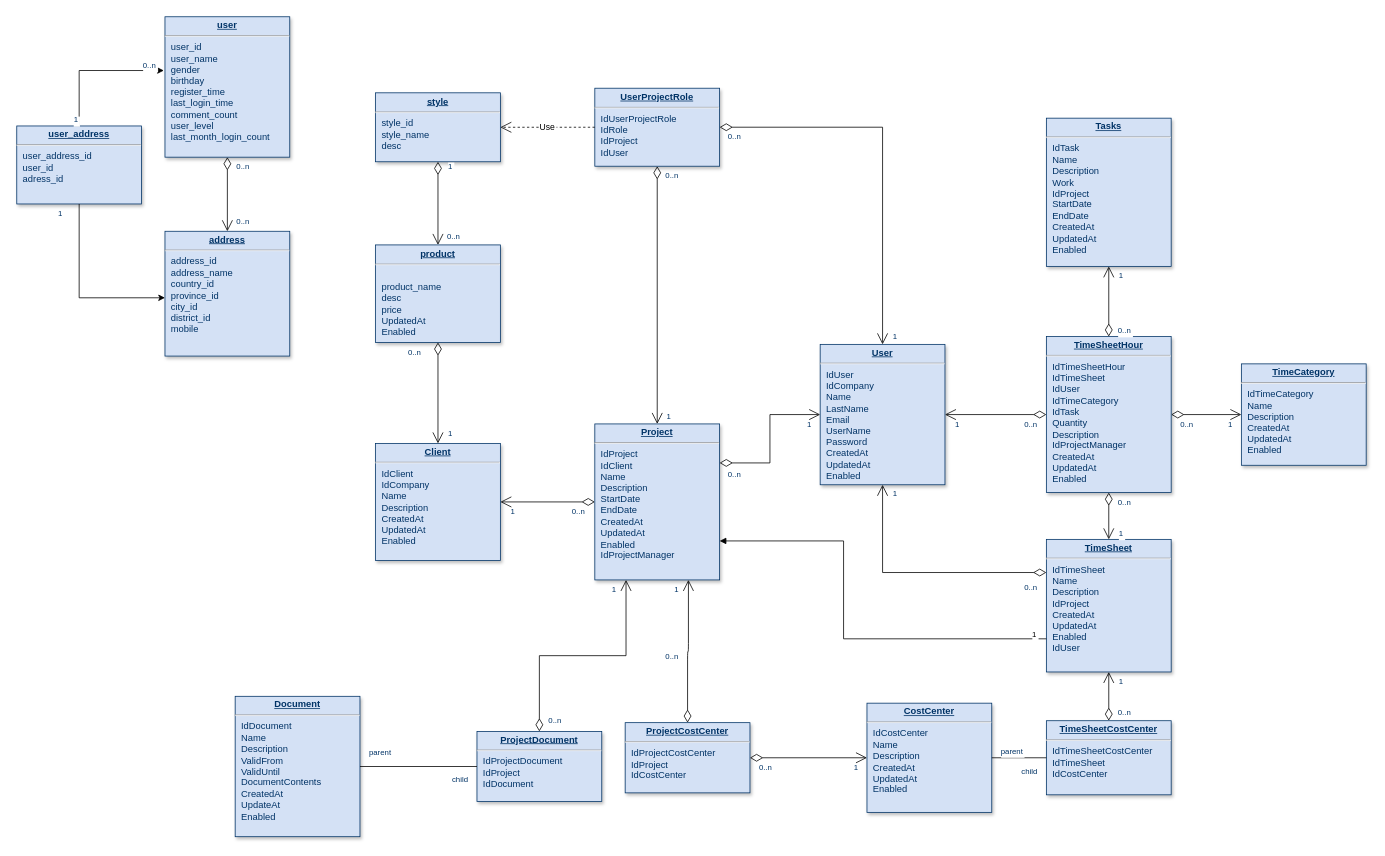
Earlier version of the draw.io diagram 未命名绘图.drawio (zckhub/brush). Source tidied: cells renumbered, new cells numbered last; positions are measured from the earlier drawing's top-left corner, leaving out a move shared by most shapes. Both pictures are drawn from the tidied source at 78%, with x=0, y=0 at pixel (16, 16).
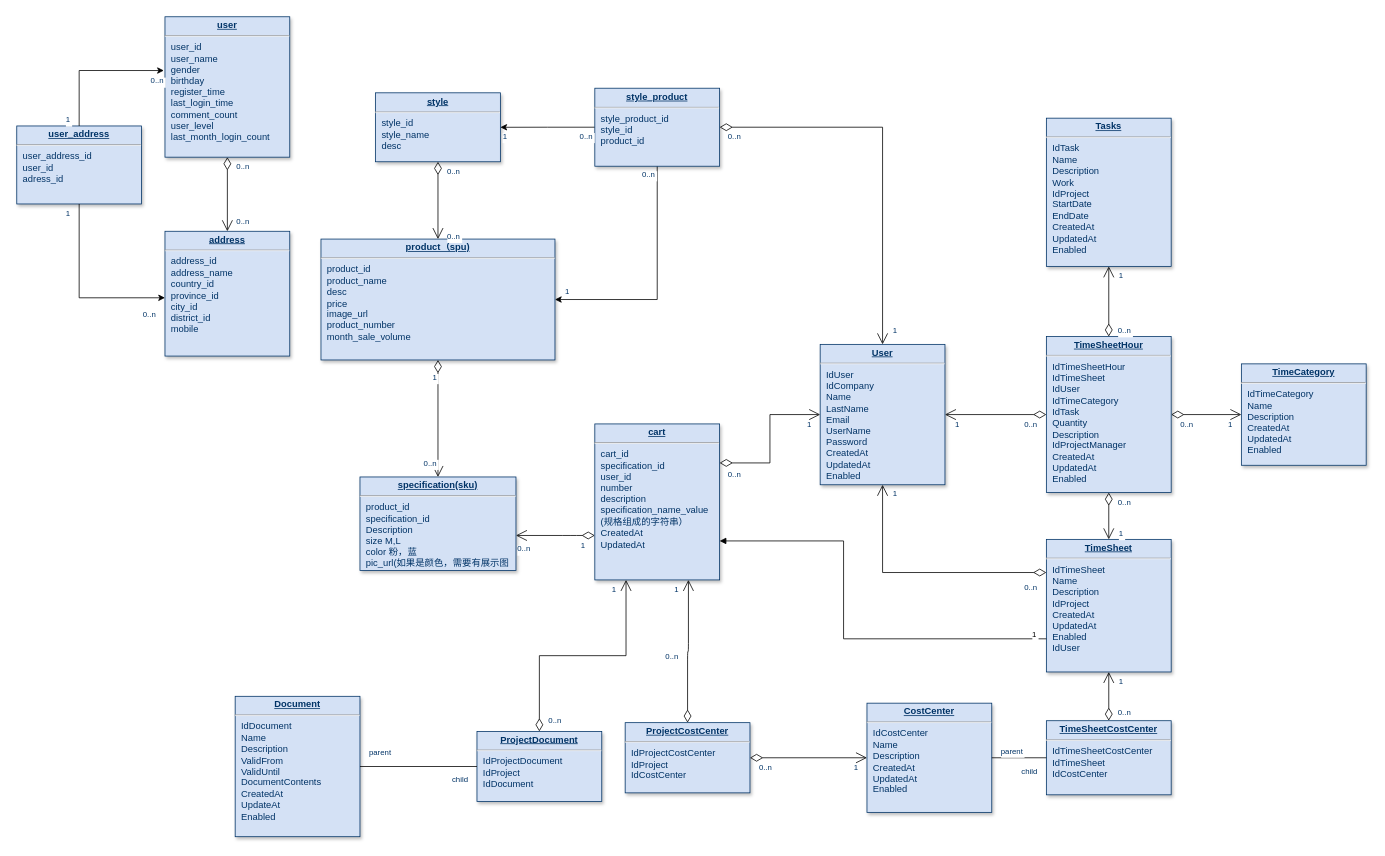
Above is the later version.

The change refers to these unchanged cells:
```xml
<mxCell id="2" value="&lt;p style=&quot;margin: 0px; margin-top: 4px; text-align: center; text-decoration: underline;&quot;&gt;&lt;strong&gt;style&lt;/strong&gt;&lt;/p&gt;&lt;hr&gt;&lt;p style=&quot;margin: 0px; margin-left: 8px;&quot;&gt;style_id&lt;br&gt;style_name&lt;/p&gt;&lt;p style=&quot;margin: 0px; margin-left: 8px;&quot;&gt;desc&lt;/p&gt;&lt;p style=&quot;margin: 0px; margin-left: 8px;&quot;&gt;&lt;br&gt;&lt;/p&gt;&lt;p style=&quot;margin: 0px; margin-left: 8px;&quot;&gt;&lt;br&gt;&lt;/p&gt;" style="verticalAlign=top;align=left;overflow=fill;fontSize=12;fontFamily=Helvetica;html=1;strokeColor=#003366;shadow=1;fillColor=#D4E1F5;fontColor=#003366;" parent="1" vertex="1">
  <mxGeometry x="460" y="97.5" width="160" height="88.4" as="geometry" />
</mxCell>
<mxCell id="22" style="endArrow=open;endSize=12;startArrow=diamondThin;startSize=14;startFill=0;edgeStyle=orthogonalEdgeStyle;rounded=0;" parent="1" edge="1" source="6" target="5">
  <mxGeometry x="519.4" y="180" as="geometry" />
</mxCell>
<mxCell id="58" style="endArrow=open;endSize=12;startArrow=diamondThin;startSize=14;startFill=0;edgeStyle=orthogonalEdgeStyle;" parent="1" edge="1" source="3" target="7">
  <mxGeometry x="519.4" y="200" as="geometry" />
</mxCell>
```

Change to the diagram source:
```diff
@@
-    <mxCell id="3" value="&lt;p style=&quot;margin: 0px; margin-top: 4px; text-align: center; text-decoration: underline;&quot;&gt;&lt;strong&gt;product&lt;/strong&gt;&lt;/p&gt;&lt;hr&gt;&lt;p style=&quot;margin: 0px; margin-left: 8px;&quot;&gt;&lt;span style=&quot;background-color: initial;&quot;&gt;&lt;br&gt;&lt;/span&gt;&lt;/p&gt;&lt;p style=&quot;margin: 0px; margin-left: 8px;&quot;&gt;&lt;span style=&quot;background-color: initial;&quot;&gt;product_name&lt;/span&gt;&lt;/p&gt;&lt;p style=&quot;margin: 0px; margin-left: 8px;&quot;&gt;&lt;span style=&quot;background-color: initial;&quot;&gt;desc&lt;/span&gt;&lt;br&gt;&lt;/p&gt;&lt;p style=&quot;margin: 0px; margin-left: 8px;&quot;&gt;&lt;span style=&quot;background-color: initial;&quot;&gt;price&lt;/span&gt;&lt;/p&gt;&lt;p style=&quot;margin: 0px; margin-left: 8px;&quot;&gt;&lt;span style=&quot;background-color: initial;&quot;&gt;UpdatedAt&lt;/span&gt;&lt;br&gt;&lt;/p&gt;&lt;p style=&quot;margin: 0px; margin-left: 8px;&quot;&gt;Enabled&lt;/p&gt;" style="verticalAlign=top;align=left;overflow=fill;fontSize=12;fontFamily=Helvetica;html=1;strokeColor=#003366;shadow=1;fillColor=#D4E1F5;fontColor=#003366;" parent="1" vertex="1">
-      <mxGeometry x="460" y="292.5" width="160" height="125" as="geometry" />
+    <mxCell id="3" value="&lt;p style=&quot;margin: 0px; margin-top: 4px; text-align: center; text-decoration: underline;&quot;&gt;&lt;strong&gt;product（spu)&lt;/strong&gt;&lt;/p&gt;&lt;hr&gt;&lt;p style=&quot;margin: 0px; margin-left: 8px;&quot;&gt;&lt;span style=&quot;background-color: initial;&quot;&gt;product_id&lt;/span&gt;&lt;/p&gt;&lt;p style=&quot;margin: 0px; margin-left: 8px;&quot;&gt;&lt;span style=&quot;background-color: initial;&quot;&gt;product_name&lt;/span&gt;&lt;/p&gt;&lt;p style=&quot;margin: 0px; margin-left: 8px;&quot;&gt;&lt;span style=&quot;background-color: initial;&quot;&gt;desc&lt;/span&gt;&lt;br&gt;&lt;/p&gt;&lt;p style=&quot;margin: 0px; margin-left: 8px;&quot;&gt;&lt;span style=&quot;background-color: initial;&quot;&gt;price&lt;/span&gt;&lt;/p&gt;&lt;p style=&quot;margin: 0px; margin-left: 8px;&quot;&gt;&lt;span style=&quot;background-color: initial;&quot;&gt;image_url&lt;/span&gt;&lt;br&gt;&lt;/p&gt;&lt;p style=&quot;margin: 0px; margin-left: 8px;&quot;&gt;&lt;span style=&quot;background-color: initial;&quot;&gt;product_number&lt;/span&gt;&lt;/p&gt;&lt;p style=&quot;margin: 0px; margin-left: 8px;&quot;&gt;&lt;span style=&quot;background-color: initial;&quot;&gt;month_sale_volume&lt;br&gt;&lt;/span&gt;&lt;/p&gt;&lt;p style=&quot;margin: 0px; margin-left: 8px;&quot;&gt;&lt;span style=&quot;background-color: initial;&quot;&gt;&lt;br&gt;&lt;/span&gt;&lt;/p&gt;" style="verticalAlign=top;align=left;overflow=fill;fontSize=12;fontFamily=Helvetica;html=1;strokeColor=#003366;shadow=1;fillColor=#D4E1F5;fontColor=#003366;" parent="1" vertex="1">
+      <mxGeometry x="390" y="285" width="300" height="155" as="geometry" />
     </mxCell>
@@
+    <mxCell id="66" style="edgeStyle=orthogonalEdgeStyle;rounded=0;jettySize=auto;html=1;exitX=0;exitY=0.5;exitDx=0;exitDy=0;entryX=1;entryY=0.5;entryDx=0;entryDy=0;" parent="1" edge="1" source="6" target="2">
+      <mxGeometry relative="1" as="geometry" />
+    </mxCell>
+    <mxCell id="82" style="edgeStyle=orthogonalEdgeStyle;rounded=0;jettySize=auto;html=1;exitX=0.5;exitY=1;exitDx=0;exitDy=0;entryX=1;entryY=0.5;entryDx=0;entryDy=0;" parent="1" edge="1" source="6" target="3">
+      <mxGeometry relative="1" as="geometry" />
+    </mxCell>
-    <mxCell id="6" value="&lt;p style=&quot;margin: 0px; margin-top: 4px; text-align: center; text-decoration: underline;&quot;&gt;&lt;strong&gt;UserProjectRole&lt;/strong&gt;&lt;/p&gt;&lt;hr /&gt;&lt;p style=&quot;margin: 0px; margin-left: 8px;&quot;&gt;IdUserProjectRole&lt;/p&gt;&lt;p style=&quot;margin: 0px; margin-left: 8px;&quot;&gt;IdRole&lt;/p&gt;&lt;p style=&quot;margin: 0px; margin-left: 8px;&quot;&gt;IdProject&lt;/p&gt;&lt;p style=&quot;margin: 0px; margin-left: 8px;&quot;&gt;IdUser&lt;/p&gt;" style="verticalAlign=top;align=left;overflow=fill;fontSize=12;fontFamily=Helvetica;html=1;strokeColor=#003366;shadow=1;fillColor=#D4E1F5;fontColor=#003366;" parent="1" vertex="1">
+    <mxCell id="6" value="&lt;p style=&quot;margin: 0px; margin-top: 4px; text-align: center; text-decoration: underline;&quot;&gt;&lt;b&gt;style_product&lt;/b&gt;&lt;/p&gt;&lt;hr&gt;&lt;p style=&quot;margin: 0px; margin-left: 8px;&quot;&gt;style_product_id&lt;/p&gt;&lt;p style=&quot;margin: 0px; margin-left: 8px;&quot;&gt;style_id&lt;/p&gt;&lt;p style=&quot;margin: 0px; margin-left: 8px;&quot;&gt;product_id&lt;/p&gt;&lt;p style=&quot;margin: 0px; margin-left: 8px;&quot;&gt;&lt;br&gt;&lt;/p&gt;" style="verticalAlign=top;align=left;overflow=fill;fontSize=12;fontFamily=Helvetica;html=1;strokeColor=#003366;shadow=1;fillColor=#D4E1F5;fontColor=#003366;" parent="1" vertex="1">
       <mxGeometry x="741.1" y="91.6" width="160" height="100" as="geometry" />
     </mxCell>
-    <mxCell id="7" value="&lt;p style=&quot;margin: 0px; margin-top: 4px; text-align: center; text-decoration: underline;&quot;&gt;&lt;strong&gt;Client&lt;/strong&gt;&lt;/p&gt;&lt;hr /&gt;&lt;p style=&quot;margin: 0px; margin-left: 8px;&quot;&gt;IdClient&lt;/p&gt;&lt;p style=&quot;margin: 0px; margin-left: 8px;&quot;&gt;IdCompany&lt;/p&gt;&lt;p style=&quot;margin: 0px; margin-left: 8px;&quot;&gt;Name&lt;/p&gt;&lt;p style=&quot;margin: 0px; margin-left: 8px;&quot;&gt;Description&lt;/p&gt;&lt;p style=&quot;margin: 0px; margin-left: 8px;&quot;&gt;CreatedAt&lt;/p&gt;&lt;p style=&quot;margin: 0px; margin-left: 8px;&quot;&gt;UpdatedAt&lt;/p&gt;&lt;p style=&quot;margin: 0px; margin-left: 8px;&quot;&gt;Enabled&lt;/p&gt;" style="verticalAlign=top;align=left;overflow=fill;fontSize=12;fontFamily=Helvetica;html=1;strokeColor=#003366;shadow=1;fillColor=#D4E1F5;fontColor=#003366;" parent="1" vertex="1">
-      <mxGeometry x="460" y="547" width="160" height="150" as="geometry" />
+    <mxCell id="7" value="&lt;p style=&quot;margin: 0px; margin-top: 4px; text-align: center; text-decoration: underline;&quot;&gt;&lt;b&gt;specification(sku)&lt;/b&gt;&lt;/p&gt;&lt;hr&gt;&lt;p style=&quot;margin: 0px; margin-left: 8px;&quot;&gt;&lt;span style=&quot;background-color: initial;&quot;&gt;product_id&lt;/span&gt;&lt;/p&gt;&lt;p style=&quot;margin: 0px; margin-left: 8px;&quot;&gt;&lt;span style=&quot;background-color: initial;&quot;&gt;specification_id&lt;/span&gt;&lt;br&gt;&lt;/p&gt;&lt;p style=&quot;margin: 0px; margin-left: 8px;&quot;&gt;&lt;span style=&quot;background-color: initial;&quot;&gt;Description&lt;/span&gt;&lt;br&gt;&lt;/p&gt;&lt;p style=&quot;margin: 0px; margin-left: 8px;&quot;&gt;size M,L&lt;/p&gt;&lt;p style=&quot;margin: 0px; margin-left: 8px;&quot;&gt;color 粉，蓝&lt;/p&gt;&lt;p style=&quot;margin: 0px; margin-left: 8px;&quot;&gt;pic_url(如果是颜色，需要有展示图&lt;/p&gt;&lt;p style=&quot;margin: 0px; margin-left: 8px;&quot;&gt;&lt;br&gt;&lt;/p&gt;" style="verticalAlign=top;align=left;overflow=fill;fontSize=12;fontFamily=Helvetica;html=1;strokeColor=#003366;shadow=1;fillColor=#D4E1F5;fontColor=#003366;" parent="1" vertex="1">
+      <mxGeometry x="440" y="590" width="200" height="120" as="geometry" />
     </mxCell>
@@
-    <mxCell id="12" value="&lt;p style=&quot;margin: 0px; margin-top: 4px; text-align: center; text-decoration: underline;&quot;&gt;&lt;strong&gt;Project&lt;/strong&gt;&lt;/p&gt;&lt;hr /&gt;&lt;p style=&quot;margin: 0px; margin-left: 8px;&quot;&gt;IdProject&lt;/p&gt;&lt;p style=&quot;margin: 0px; margin-left: 8px;&quot;&gt;IdClient&lt;/p&gt;&lt;p style=&quot;margin: 0px; margin-left: 8px;&quot;&gt;Name&lt;/p&gt;&lt;p style=&quot;margin: 0px; margin-left: 8px;&quot;&gt;Description&lt;/p&gt;&lt;p style=&quot;margin: 0px; margin-left: 8px;&quot;&gt;StartDate&lt;/p&gt;&lt;p style=&quot;margin: 0px; margin-left: 8px;&quot;&gt;EndDate&lt;/p&gt;&lt;p style=&quot;margin: 0px; margin-left: 8px;&quot;&gt;CreatedAt&lt;/p&gt;&lt;p style=&quot;margin: 0px; margin-left: 8px;&quot;&gt;UpdatedAt&lt;/p&gt;&lt;p style=&quot;margin: 0px; margin-left: 8px;&quot;&gt;Enabled&lt;br /&gt;IdProjectManager&lt;/p&gt;" style="verticalAlign=top;align=left;overflow=fill;fontSize=12;fontFamily=Helvetica;html=1;strokeColor=#003366;shadow=1;fillColor=#D4E1F5;fontColor=#003366;" parent="1" vertex="1">
+    <mxCell id="12" value="&lt;p style=&quot;margin: 0px; margin-top: 4px; text-align: center; text-decoration: underline;&quot;&gt;&lt;b&gt;cart&lt;/b&gt;&lt;/p&gt;&lt;hr&gt;&lt;p style=&quot;margin: 0px; margin-left: 8px;&quot;&gt;cart_id&lt;/p&gt;&lt;p style=&quot;margin: 0px 0px 0px 8px;&quot;&gt;&lt;span style=&quot;background-color: initial;&quot;&gt;specification_id&lt;/span&gt;&lt;/p&gt;&lt;p style=&quot;margin: 0px; margin-left: 8px;&quot;&gt;user_id&lt;/p&gt;&lt;p style=&quot;margin: 0px; margin-left: 8px;&quot;&gt;number&lt;/p&gt;&lt;p style=&quot;margin: 0px; margin-left: 8px;&quot;&gt;description&lt;/p&gt;&lt;p style=&quot;margin: 0px; margin-left: 8px;&quot;&gt;specification_name_value&lt;br&gt;&lt;/p&gt;&lt;p style=&quot;margin: 0px; margin-left: 8px;&quot;&gt;(规格组成的字符串）&lt;/p&gt;&lt;p style=&quot;margin: 0px; margin-left: 8px;&quot;&gt;CreatedAt&lt;/p&gt;&lt;p style=&quot;margin: 0px; margin-left: 8px;&quot;&gt;UpdatedAt&lt;/p&gt;&lt;p style=&quot;margin: 0px; margin-left: 8px;&quot;&gt;&lt;br&gt;&lt;/p&gt;" style="verticalAlign=top;align=left;overflow=fill;fontSize=12;fontFamily=Helvetica;html=1;strokeColor=#003366;shadow=1;fillColor=#D4E1F5;fontColor=#003366;" parent="1" vertex="1">
       <mxGeometry x="741.1" y="522" width="160" height="200" as="geometry" />
     </mxCell>
@@
     <mxCell id="24" value="1" style="align=right;verticalAlign=top;labelBackgroundColor=#ffffff;fontSize=10;strokeColor=#003366;shadow=1;fillColor=#D4E1F5;fontColor=#003366;" parent="22" vertex="1">
       <mxGeometry x="1" relative="1" as="geometry">
-        <mxPoint x="-550" y="-240" as="offset" />
+        <mxPoint x="-400" y="-80" as="offset" />
       </mxGeometry>
     </mxCell>
@@
-    <mxCell id="28" style="endArrow=open;endSize=12;startArrow=diamondThin;startSize=14;startFill=0;edgeStyle=orthogonalEdgeStyle;" parent="1" edge="1" source="6" target="12">
-      <mxGeometry x="389.4" y="350" as="geometry" />
-    </mxCell>
-    <mxCell id="29" value="0..n" style="align=left;verticalAlign=top;labelBackgroundColor=#ffffff;fontSize=10;strokeColor=#003366;shadow=1;fillColor=#D4E1F5;fontColor=#003366;" parent="28" vertex="1">
-      <mxGeometry x="-1" relative="1" as="geometry">
-        <mxPoint x="8.9" as="offset" />
-      </mxGeometry>
-    </mxCell>
-    <mxCell id="30" value="1" style="align=right;verticalAlign=top;labelBackgroundColor=#ffffff;fontSize=10;strokeColor=#003366;shadow=1;fillColor=#D4E1F5;fontColor=#003366;" parent="28" vertex="1">
-      <mxGeometry x="1" relative="1" as="geometry">
-        <mxPoint x="18.9" y="-22" as="offset" />
-      </mxGeometry>
-    </mxCell>
@@
     <mxCell id="59" value="0..n" style="align=left;verticalAlign=top;labelBackgroundColor=#ffffff;fontSize=10;strokeColor=#003366;shadow=1;fillColor=#D4E1F5;fontColor=#003366;" parent="58" vertex="1">
       <mxGeometry x="-1" relative="1" as="geometry">
-        <mxPoint x="-40" as="offset" />
+        <mxPoint x="-20" y="120" as="offset" />
       </mxGeometry>
     </mxCell>
     <mxCell id="60" value="1" style="align=right;verticalAlign=top;labelBackgroundColor=#ffffff;fontSize=10;strokeColor=#003366;shadow=1;fillColor=#D4E1F5;fontColor=#003366;" parent="58" vertex="1">
       <mxGeometry x="1" relative="1" as="geometry">
-        <mxPoint x="20" y="-25" as="offset" />
+        <mxPoint y="-140" as="offset" />
       </mxGeometry>
     </mxCell>
@@
     <mxCell id="63" style="endArrow=open;endSize=12;startArrow=diamondThin;startSize=14;startFill=0;edgeStyle=orthogonalEdgeStyle;" parent="1" edge="1" source="12" target="7">
-      <mxGeometry x="369.4" y="360" as="geometry" />
+      <mxGeometry x="369.4" y="360" as="geometry">
+        <Array as="points">
+          <mxPoint x="710" y="665" />
+          <mxPoint x="710" y="665" />
+        </Array>
+      </mxGeometry>
     </mxCell>
     <mxCell id="64" value="0..n" style="align=left;verticalAlign=top;labelBackgroundColor=#ffffff;fontSize=10;strokeColor=#003366;shadow=1;fillColor=#D4E1F5;fontColor=#003366;" parent="63" vertex="1">
       <mxGeometry x="-1" relative="1" as="geometry">
-        <mxPoint x="-31.1" as="offset" />
+        <mxPoint x="-101" y="5" as="offset" />
       </mxGeometry>
     </mxCell>
     <mxCell id="65" value="1" style="align=right;verticalAlign=top;labelBackgroundColor=#ffffff;fontSize=10;strokeColor=#003366;shadow=1;fillColor=#D4E1F5;fontColor=#003366;" parent="63" vertex="1">
       <mxGeometry x="1" relative="1" as="geometry">
-        <mxPoint x="20" as="offset" />
+        <mxPoint x="90" as="offset" />
       </mxGeometry>
     </mxCell>
-    <mxCell id="66" value="Use" style="endArrow=open;endSize=12;dashed=1;" parent="1" edge="1" source="6" target="2">
-      <mxGeometry x="430" y="50" as="geometry" />
-    </mxCell>
@@
     <mxCell id="77" value="1" style="align=right;verticalAlign=top;labelBackgroundColor=#ffffff;fontSize=10;strokeColor=#003366;shadow=1;fillColor=#D4E1F5;fontColor=#003366;" parent="1" vertex="1">
-      <mxGeometry x="60" y="240" as="geometry" />
+      <mxGeometry x="70" y="240" as="geometry" />
     </mxCell>
@@
     <mxCell id="79" value="1" style="align=right;verticalAlign=top;labelBackgroundColor=#ffffff;fontSize=10;strokeColor=#003366;shadow=1;fillColor=#D4E1F5;fontColor=#003366;" parent="1" vertex="1">
-      <mxGeometry x="80" y="120" as="geometry" />
+      <mxGeometry x="70" y="120" as="geometry" />
     </mxCell>
     <mxCell id="80" value="0..n" style="align=left;verticalAlign=top;labelBackgroundColor=#ffffff;fontSize=10;strokeColor=#003366;shadow=1;fillColor=#D4E1F5;fontColor=#003366;" parent="1" vertex="1">
-      <mxGeometry x="160" y="50" as="geometry" />
+      <mxGeometry x="170" y="70" as="geometry" />
     </mxCell>
@@
+    <mxCell id="30" value="1" style="align=right;verticalAlign=top;labelBackgroundColor=#ffffff;fontSize=10;strokeColor=#003366;shadow=1;fillColor=#D4E1F5;fontColor=#003366;" parent="1" vertex="1">
+      <mxGeometry x="630" y="141.6" as="geometry" />
+    </mxCell>
+    <mxCell id="83" value="0..n" style="align=left;verticalAlign=top;labelBackgroundColor=#ffffff;fontSize=10;strokeColor=#003366;shadow=1;fillColor=#D4E1F5;fontColor=#003366;" parent="1" vertex="1">
+      <mxGeometry x="720" y="141.6" as="geometry" />
+    </mxCell>
+    <mxCell id="84" value="0..n" style="align=left;verticalAlign=top;labelBackgroundColor=#ffffff;fontSize=10;strokeColor=#003366;shadow=1;fillColor=#D4E1F5;fontColor=#003366;" parent="1" vertex="1">
+      <mxGeometry x="550" y="185.8" as="geometry" />
+    </mxCell>
+    <mxCell id="85" value="0..n" style="align=left;verticalAlign=top;labelBackgroundColor=#ffffff;fontSize=10;strokeColor=#003366;shadow=1;fillColor=#D4E1F5;fontColor=#003366;" parent="1" vertex="1">
+      <mxGeometry x="160" y="370" as="geometry" />
+    </mxCell>
+    <mxCell id="86" value="0..n" style="align=left;verticalAlign=top;labelBackgroundColor=#ffffff;fontSize=10;strokeColor=#003366;shadow=1;fillColor=#D4E1F5;fontColor=#003366;" parent="1" vertex="1">
+      <mxGeometry x="800" y="190" as="geometry" />
+    </mxCell>
```
